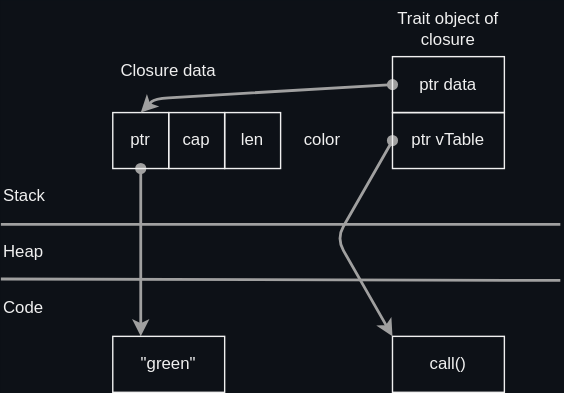
This is docs/rust/closure/images/fnMute_closure.drawio.svg from htgithub194/self-study, a draw.io export, as it was before one commit. Source tidied: cells renumbered, new cells last; positions are measured from the earlier drawing's top-left corner, leaving out a move shared by most shapes.
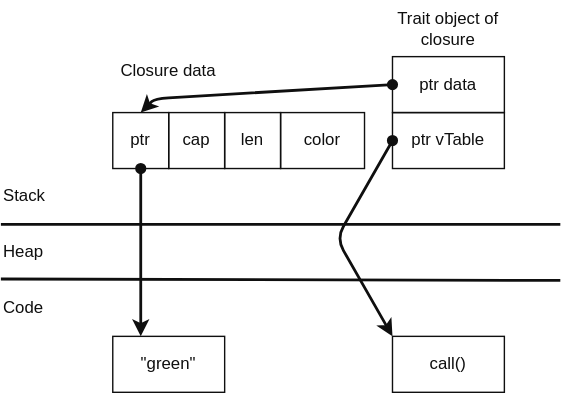
The same diagram one commit later.

What changed in the source:
```diff
@@ -1,73 +1,73 @@
-<mxGraphModel background="#0D1117">
+<mxGraphModel>
   <root>
     <mxCell id="0" />
     <mxCell id="1" parent="0" />
-    <mxCell id="2" value="Closure data" style="text;html=1;strokeColor=none;fillColor=none;align=center;verticalAlign=middle;whiteSpace=wrap;rounded=0;fontColor=#F0F0F0;" parent="1" vertex="1">
+    <mxCell id="2" value="Closure data" style="text;html=1;strokeColor=none;fillColor=none;align=center;verticalAlign=middle;whiteSpace=wrap;rounded=0;fontColor=light-dark(#0F0F0F,#F0F0F0);" parent="1" vertex="1">
       <mxGeometry x="80" y="30" width="80" height="40" as="geometry" />
     </mxCell>
-    <mxCell id="3" style="endArrow=none;html=1;strokeColor=#A0A0A0;strokeWidth=2;" parent="1" edge="1">
+    <mxCell id="3" style="endArrow=none;html=1;strokeColor=light-dark(#0F0F0F,#F0F0F0);strokeWidth=2;fontColor=light-dark(#0F0F0F,#F0F0F0);" parent="1" edge="1">
       <mxGeometry relative="1" as="geometry">
         <mxPoint y="160" as="sourcePoint" />
         <mxPoint x="400" y="160" as="targetPoint" />
       </mxGeometry>
     </mxCell>
-    <mxCell id="4" value="Heap" style="text;html=1;strokeColor=none;fillColor=none;align=left;verticalAlign=middle;whiteSpace=wrap;rounded=0;fontColor=#F0F0F0;" parent="1" vertex="1">
+    <mxCell id="4" value="Heap" style="text;html=1;strokeColor=none;fillColor=none;align=left;verticalAlign=middle;whiteSpace=wrap;rounded=0;fontColor=light-dark(#0F0F0F,#F0F0F0);" parent="1" vertex="1">
       <mxGeometry y="160" width="80" height="40" as="geometry" />
     </mxCell>
-    <mxCell id="5" value="Stack" style="text;html=1;strokeColor=none;fillColor=none;align=left;verticalAlign=middle;whiteSpace=wrap;rounded=0;fontColor=#F0F0F0;" parent="1" vertex="1">
+    <mxCell id="5" value="Stack" style="text;html=1;strokeColor=none;fillColor=none;align=left;verticalAlign=middle;whiteSpace=wrap;rounded=0;fontColor=light-dark(#0F0F0F,#F0F0F0);" parent="1" vertex="1">
       <mxGeometry y="120" width="80" height="40" as="geometry" />
     </mxCell>
-    <mxCell id="6" style="edgeStyle=none;html=1;entryX=0.25;entryY=0;entryDx=0;entryDy=0;strokeColor=#A0A0A0;fontColor=#F0F0F0;strokeWidth=2;startArrow=oval;startFill=1;" parent="1" edge="1" source="7" target="13">
+    <mxCell id="6" style="edgeStyle=none;html=1;entryX=0.25;entryY=0;entryDx=0;entryDy=0;strokeColor=light-dark(#0F0F0F,#F0F0F0);fontColor=light-dark(#0F0F0F,#F0F0F0);strokeWidth=2;startArrow=oval;startFill=1;" parent="1" edge="1" source="7" target="13">
       <mxGeometry relative="1" as="geometry" />
     </mxCell>
-    <mxCell id="7" value="ptr" style="rounded=0;whiteSpace=wrap;html=1;flipH=1;flipV=1;fillColor=none;fontColor=#F0F0F0;strokeColor=#F0F0F0;" parent="1" vertex="1">
+    <mxCell id="7" value="ptr" style="rounded=0;whiteSpace=wrap;html=1;flipH=1;flipV=1;fillColor=none;fontColor=light-dark(#0F0F0F,#F0F0F0);strokeColor=light-dark(#0F0F0F,#F0F0F0);" parent="1" vertex="1">
       <mxGeometry x="80" y="80" width="40" height="40" as="geometry" />
     </mxCell>
-    <mxCell id="8" value="cap" style="rounded=0;whiteSpace=wrap;html=1;flipH=1;flipV=1;fillColor=none;fontColor=#F0F0F0;strokeColor=#F0F0F0;" parent="1" vertex="1">
+    <mxCell id="8" value="cap" style="rounded=0;whiteSpace=wrap;html=1;flipH=1;flipV=1;fillColor=none;fontColor=light-dark(#0F0F0F,#F0F0F0);strokeColor=light-dark(#0F0F0F,#F0F0F0);" parent="1" vertex="1">
       <mxGeometry x="120" y="80" width="40" height="40" as="geometry" />
     </mxCell>
-    <mxCell id="9" value="len" style="rounded=0;whiteSpace=wrap;html=1;flipH=1;flipV=1;fillColor=none;fontColor=#F0F0F0;strokeColor=#F0F0F0;" parent="1" vertex="1">
+    <mxCell id="9" value="len" style="rounded=0;whiteSpace=wrap;html=1;flipH=1;flipV=1;fillColor=none;fontColor=light-dark(#0F0F0F,#F0F0F0);strokeColor=light-dark(#0F0F0F,#F0F0F0);" parent="1" vertex="1">
       <mxGeometry x="160" y="80" width="40" height="40" as="geometry" />
     </mxCell>
-    <mxCell id="10" value="color" style="text;html=1;strokeColor=none;fillColor=none;align=center;verticalAlign=middle;whiteSpace=wrap;rounded=0;fontColor=#F0F0F0;" parent="1" vertex="1">
+    <mxCell id="10" value="color" style="text;html=1;strokeColor=light-dark(#0F0F0F,#F0F0F0);fillColor=none;align=center;verticalAlign=middle;whiteSpace=wrap;rounded=0;fontColor=light-dark(#0F0F0F,#F0F0F0);" parent="1" vertex="1">
       <mxGeometry x="200" y="80" width="60" height="40" as="geometry" />
     </mxCell>
-    <mxCell id="11" value="Code" style="text;html=1;strokeColor=none;fillColor=none;align=left;verticalAlign=middle;whiteSpace=wrap;rounded=0;fontColor=#F0F0F0;" parent="1" vertex="1">
+    <mxCell id="11" value="Code" style="text;html=1;strokeColor=none;fillColor=none;align=left;verticalAlign=middle;whiteSpace=wrap;rounded=0;fontColor=light-dark(#0F0F0F,#F0F0F0);" parent="1" vertex="1">
       <mxGeometry y="200" width="80" height="40" as="geometry" />
     </mxCell>
-    <mxCell id="12" style="endArrow=none;html=1;strokeColor=#A0A0A0;strokeWidth=2;" parent="1" edge="1">
+    <mxCell id="12" style="endArrow=none;html=1;strokeColor=light-dark(#0F0F0F,#F0F0F0);strokeWidth=2;fontColor=light-dark(#0F0F0F,#F0F0F0);" parent="1" edge="1">
       <mxGeometry relative="1" as="geometry">
         <mxPoint y="199" as="sourcePoint" />
         <mxPoint x="400" y="200" as="targetPoint" />
       </mxGeometry>
     </mxCell>
-    <mxCell id="13" value="&quot;green&quot;" style="rounded=0;whiteSpace=wrap;html=1;flipH=1;flipV=1;fillColor=none;fontColor=#F0F0F0;strokeColor=#F0F0F0;" parent="1" vertex="1">
+    <mxCell id="13" value="&quot;green&quot;" style="rounded=0;whiteSpace=wrap;html=1;flipH=1;flipV=1;fillColor=none;fontColor=light-dark(#0F0F0F,#F0F0F0);strokeColor=light-dark(#0F0F0F,#F0F0F0);" parent="1" vertex="1">
       <mxGeometry x="80" y="240" width="80" height="40" as="geometry" />
     </mxCell>
-    <mxCell id="14" style="edgeStyle=none;html=1;entryX=0.5;entryY=0;entryDx=0;entryDy=0;strokeColor=#A0A0A0;strokeWidth=2;fontColor=#F0F0F0;startArrow=oval;startFill=1;exitX=0;exitY=0.5;exitDx=0;exitDy=0;" parent="1" edge="1" source="15" target="7">
+    <mxCell id="14" style="edgeStyle=none;html=1;entryX=0.5;entryY=0;entryDx=0;entryDy=0;strokeColor=light-dark(#0F0F0F,#F0F0F0);strokeWidth=2;fontColor=light-dark(#0F0F0F,#F0F0F0);startArrow=oval;startFill=1;exitX=0;exitY=0.5;exitDx=0;exitDy=0;" parent="1" edge="1" source="15" target="7">
       <mxGeometry relative="1" as="geometry">
         <Array as="points">
           <mxPoint x="110" y="70" />
         </Array>
       </mxGeometry>
     </mxCell>
-    <mxCell id="15" value="ptr data" style="rounded=0;whiteSpace=wrap;html=1;flipH=1;flipV=1;fillColor=none;fontColor=#F0F0F0;strokeColor=#F0F0F0;" parent="1" vertex="1">
+    <mxCell id="15" value="ptr data" style="rounded=0;whiteSpace=wrap;html=1;flipH=1;flipV=1;fillColor=none;fontColor=light-dark(#0F0F0F,#F0F0F0);strokeColor=light-dark(#0F0F0F,#F0F0F0);" parent="1" vertex="1">
       <mxGeometry x="280" y="40" width="80" height="40" as="geometry" />
     </mxCell>
-    <mxCell id="16" style="edgeStyle=none;html=1;entryX=0;entryY=0;entryDx=0;entryDy=0;strokeColor=#A0A0A0;strokeWidth=2;fontColor=#F0F0F0;startArrow=oval;startFill=1;exitX=0;exitY=0.5;exitDx=0;exitDy=0;" parent="1" edge="1" source="17" target="19">
+    <mxCell id="16" style="edgeStyle=none;html=1;entryX=0;entryY=0;entryDx=0;entryDy=0;strokeColor=light-dark(#0F0F0F,#F0F0F0);strokeWidth=2;fontColor=light-dark(#0F0F0F,#F0F0F0);startArrow=oval;startFill=1;exitX=0;exitY=0.5;exitDx=0;exitDy=0;" parent="1" edge="1" source="17" target="19">
       <mxGeometry relative="1" as="geometry">
         <Array as="points">
           <mxPoint x="240" y="170" />
         </Array>
       </mxGeometry>
     </mxCell>
-    <mxCell id="17" value="ptr vTable" style="rounded=0;whiteSpace=wrap;html=1;flipH=1;flipV=1;fillColor=none;fontColor=#F0F0F0;strokeColor=#F0F0F0;" parent="1" vertex="1">
+    <mxCell id="17" value="ptr vTable" style="rounded=0;whiteSpace=wrap;html=1;flipH=1;flipV=1;fillColor=none;fontColor=light-dark(#0F0F0F,#F0F0F0);strokeColor=light-dark(#0F0F0F,#F0F0F0);" parent="1" vertex="1">
       <mxGeometry x="280" y="80" width="80" height="40" as="geometry" />
     </mxCell>
-    <mxCell id="18" value="Trait object of closure" style="text;html=1;strokeColor=none;fillColor=none;align=center;verticalAlign=middle;whiteSpace=wrap;rounded=0;fontColor=#F0F0F0;" parent="1" vertex="1">
+    <mxCell id="18" value="Trait object of closure" style="text;html=1;strokeColor=none;fillColor=none;align=center;verticalAlign=middle;whiteSpace=wrap;rounded=0;fontColor=light-dark(#0F0F0F,#F0F0F0);" parent="1" vertex="1">
       <mxGeometry x="280" width="80" height="40" as="geometry" />
     </mxCell>
-    <mxCell id="19" value="call()" style="rounded=0;whiteSpace=wrap;html=1;flipH=1;flipV=1;fillColor=none;fontColor=#F0F0F0;strokeColor=#F0F0F0;" parent="1" vertex="1">
+    <mxCell id="19" value="call()" style="rounded=0;whiteSpace=wrap;html=1;flipH=1;flipV=1;fillColor=none;fontColor=light-dark(#0F0F0F,#F0F0F0);strokeColor=light-dark(#0F0F0F,#F0F0F0);" parent="1" vertex="1">
       <mxGeometry x="280" y="240" width="80" height="40" as="geometry" />
     </mxCell>
   </root>
```
